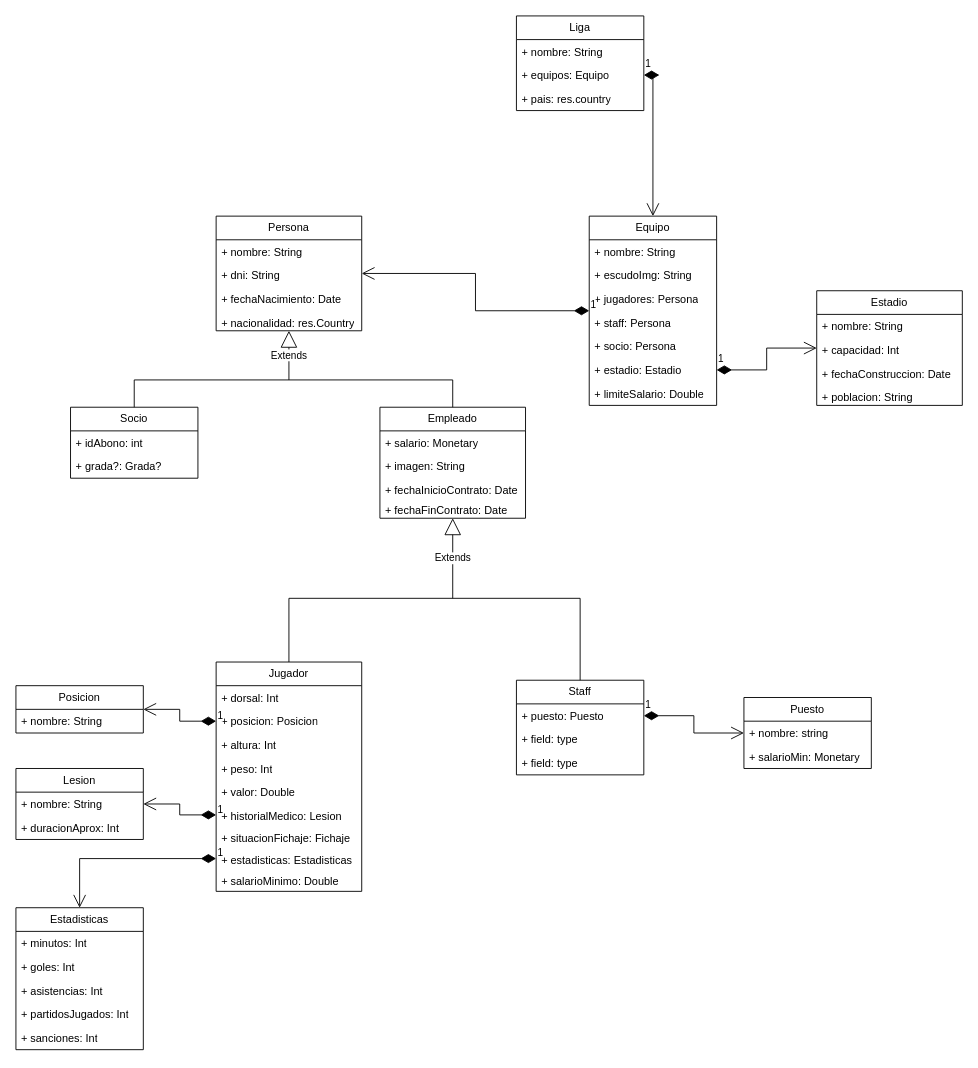
The draw.io diagram UML-League.drawio in Arrcturus/laliga-odoo, before the edit. Source tidied: cells renumbered, new cells numbered last; positions are measured from the earlier drawing's top-left corner, leaving out a move shared by most shapes. Both pictures are drawn from the tidied source at 91%, with x=0, y=0 at pixel (15, 15).
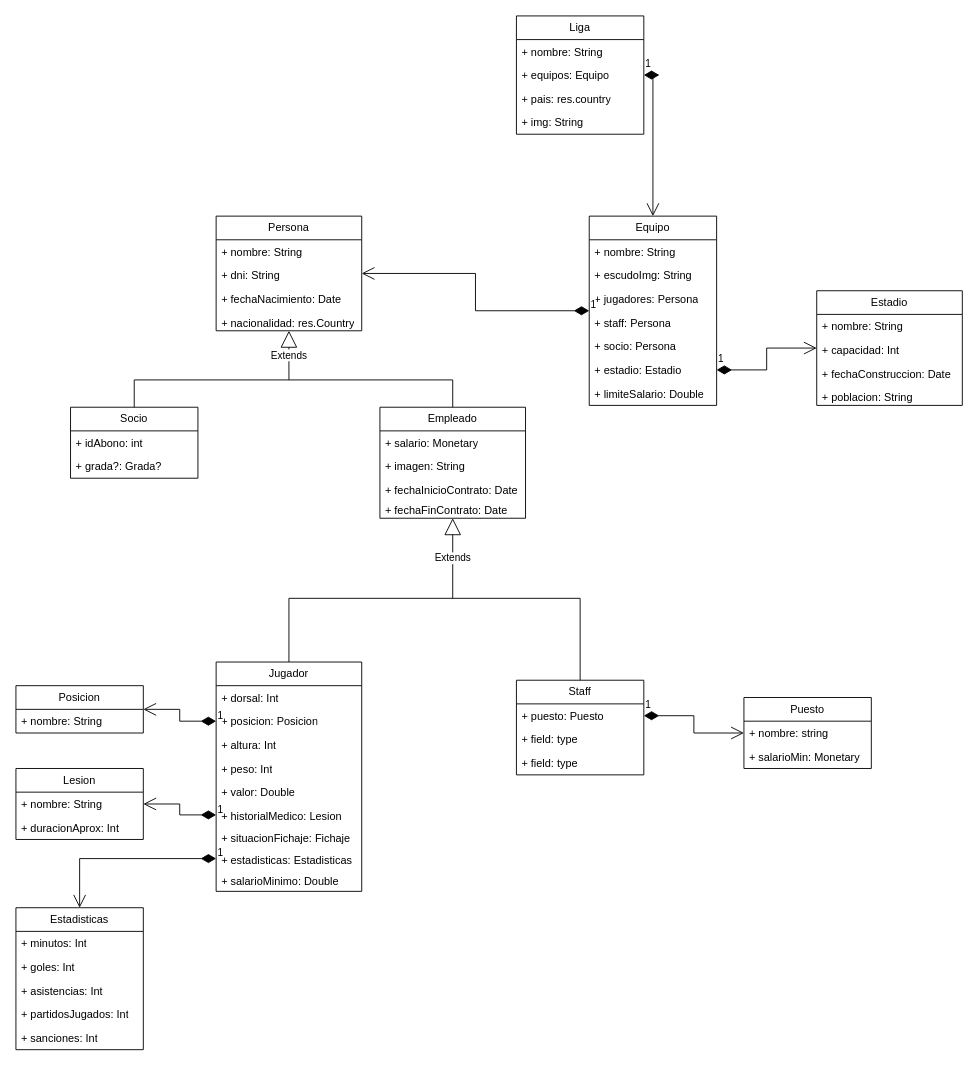
After the change.

Commit message:
UML-League v0.2.1.drawio

What changed in the source:
```diff
@@
     <mxCell id="69" value="Liga" style="swimlane;fontStyle=0;horizontal=1;startSize=26;fillColor=none;whiteSpace=wrap;html=1;" parent="1" vertex="1">
-      <mxGeometry x="550" width="140" height="104" as="geometry" />
+      <mxGeometry x="550" width="140" height="130" as="geometry" />
     </mxCell>
@@
+    <mxCell id="75" value="+ img: String" style="text;strokeColor=none;fillColor=none;align=left;verticalAlign=top;spacingLeft=4;spacingRight=4;overflow=hidden;whiteSpace=wrap;html=1;" parent="69" vertex="1">
+      <mxGeometry y="104" width="140" height="26" as="geometry" />
+    </mxCell>
```
